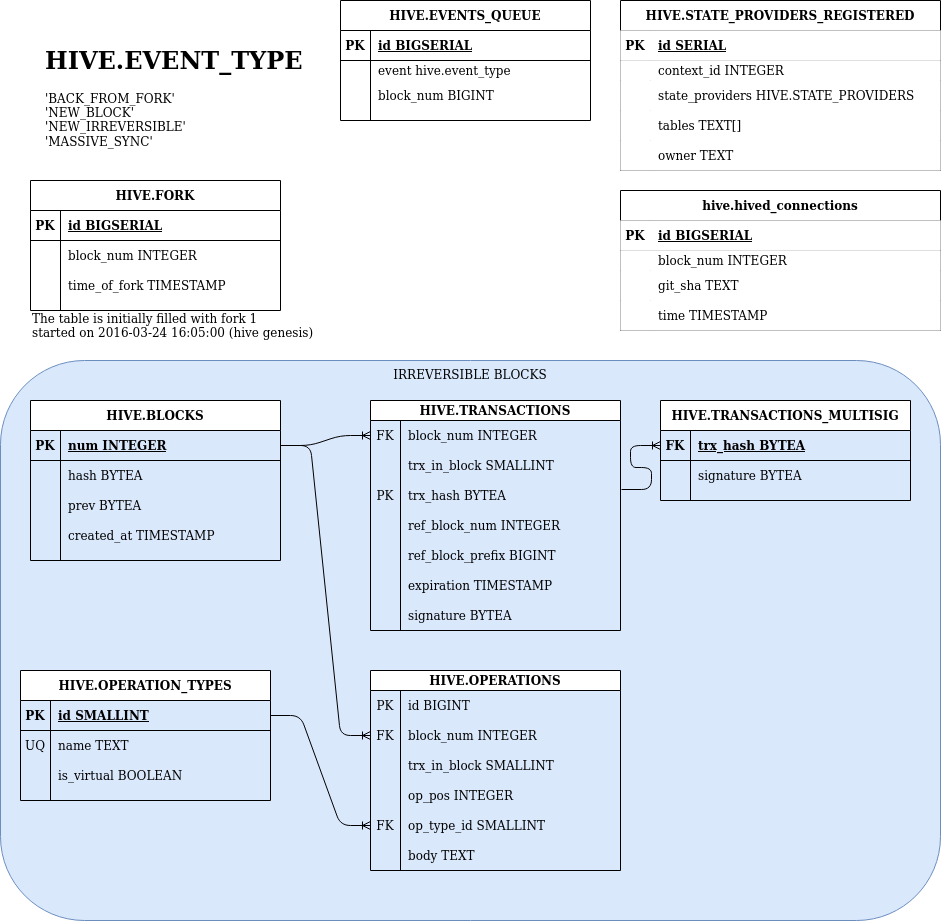
The draw.io diagram src/hive_fork_manager/doc/evq_fork_db.png in openhive-network/HAfAH, before a commit. Source tidied: cells renumbered, new cells last; positions are measured from the earlier drawing's top-left corner, leaving out a move shared by most shapes.
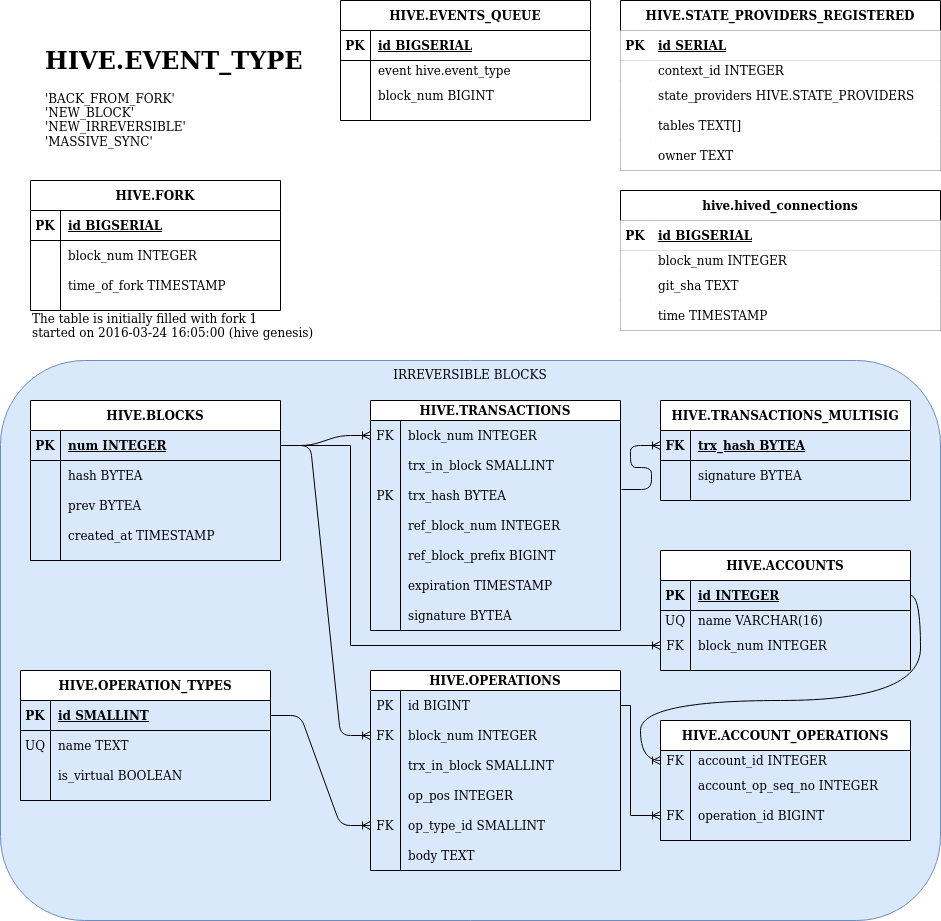
The same diagram one commit later.

What changed in the source:
```diff
@@ -383,5 +383,90 @@
     <mxCell id="128" value="time TIMESTAMP" style="shape=partialRectangle;overflow=hidden;fillColor=default;top=0;left=0;bottom=0;right=0;align=left;spacingLeft=6;fontColor=default;strokeColor=default;" parent="126" vertex="1">
       <mxGeometry x="30" width="290" height="30" as="geometry" />
     </mxCell>
+    <mxCell id="129" value="HIVE.ACCOUNTS" style="shape=table;startSize=30;rowLines=0;fontStyle=1;align=center;" parent="1" vertex="1">
+      <mxGeometry x="660" y="550" width="250" height="120" as="geometry" />
+    </mxCell>
+    <mxCell id="130" style="shape=partialRectangle;fillColor=none;points=[[0,0.5],[1,0.5]];portConstraint=eastwest;top=0;left=0;right=0;bottom=1;" parent="129" vertex="1">
+      <mxGeometry y="30" width="250" height="30" as="geometry" />
+    </mxCell>
+    <mxCell id="131" value="PK" style="shape=partialRectangle;overflow=hidden;fillColor=none;top=0;left=0;bottom=0;right=0;fontStyle=1;" parent="130" vertex="1">
+      <mxGeometry width="30" height="30" as="geometry" />
+    </mxCell>
+    <mxCell id="132" value="id INTEGER" style="shape=partialRectangle;overflow=hidden;fillColor=none;top=0;left=0;bottom=0;right=0;align=left;spacingLeft=6;fontStyle=5;" parent="130" vertex="1">
+      <mxGeometry x="30" width="220" height="30" as="geometry" />
+    </mxCell>
+    <mxCell id="133" style="shape=partialRectangle;fillColor=none;top=0;left=0;right=0;bottom=0;" parent="129" vertex="1">
+      <mxGeometry y="60" width="250" height="20" as="geometry" />
+    </mxCell>
+    <mxCell id="134" value="UQ" style="shape=partialRectangle;overflow=hidden;fillColor=none;top=0;left=0;bottom=0;right=0;" parent="133" vertex="1">
+      <mxGeometry width="30" height="20" as="geometry" />
+    </mxCell>
+    <mxCell id="135" value="name VARCHAR(16)" style="shape=partialRectangle;overflow=hidden;fillColor=none;top=0;left=0;bottom=0;right=0;align=left;spacingLeft=6;" parent="133" vertex="1">
+      <mxGeometry x="30" width="220" height="20" as="geometry" />
+    </mxCell>
+    <mxCell id="136" style="shape=partialRectangle;fillColor=none;points=[[0,0.5],[1,0.5]];portConstraint=eastwest;top=0;left=0;right=0;bottom=0;" parent="129" vertex="1">
+      <mxGeometry y="80" width="250" height="30" as="geometry" />
+    </mxCell>
+    <mxCell id="137" value="FK" style="shape=partialRectangle;overflow=hidden;fillColor=none;top=0;left=0;bottom=0;right=0;" parent="136" vertex="1">
+      <mxGeometry width="30" height="30" as="geometry" />
+    </mxCell>
+    <mxCell id="138" value="block_num INTEGER" style="shape=partialRectangle;overflow=hidden;fillColor=none;top=0;left=0;bottom=0;right=0;align=left;spacingLeft=6;" parent="136" vertex="1">
+      <mxGeometry x="30" width="220" height="30" as="geometry" />
+    </mxCell>
+    <mxCell id="139" style="edgeStyle=orthogonalEdgeStyle;fontSize=12;html=1;endArrow=ERoneToMany;rounded=0;exitX=1;exitY=0.5;exitDx=0;exitDy=0;entryX=0;entryY=0.5;entryDx=0;entryDy=0;elbow=vertical;" parent="1" edge="1" source="26" target="136">
+      <mxGeometry relative="1" as="geometry">
+        <Array as="points">
+          <mxPoint x="350" y="445" />
+          <mxPoint x="350" y="645" />
+        </Array>
+      </mxGeometry>
+    </mxCell>
+    <mxCell id="140" value="HIVE.ACCOUNT_OPERATIONS" style="shape=table;startSize=30;rowLines=0;fontStyle=1;align=center;" parent="1" vertex="1">
+      <mxGeometry x="660" y="720" width="250" height="120" as="geometry" />
+    </mxCell>
+    <mxCell id="141" style="shape=partialRectangle;fillColor=none;points=[[0,0.5],[1,0.5]];portConstraint=eastwest;top=0;left=0;right=0;bottom=0;" parent="140" vertex="1">
+      <mxGeometry y="30" width="250" height="20" as="geometry" />
+    </mxCell>
+    <mxCell id="142" value="FK" style="shape=partialRectangle;overflow=hidden;fillColor=none;top=0;left=0;bottom=0;right=0;" parent="141" vertex="1">
+      <mxGeometry width="30" height="20" as="geometry" />
+    </mxCell>
+    <mxCell id="143" value="account_id INTEGER" style="shape=partialRectangle;overflow=hidden;fillColor=none;top=0;left=0;bottom=0;right=0;align=left;spacingLeft=6;" parent="141" vertex="1">
+      <mxGeometry x="30" width="220" height="20" as="geometry" />
+    </mxCell>
+    <mxCell id="144" style="shape=partialRectangle;fillColor=none;top=0;left=0;right=0;bottom=0;" parent="140" vertex="1">
+      <mxGeometry y="50" width="250" height="30" as="geometry" />
+    </mxCell>
+    <mxCell id="145" style="shape=partialRectangle;overflow=hidden;fillColor=none;top=0;left=0;bottom=0;right=0;" parent="144" vertex="1">
+      <mxGeometry width="30" height="30" as="geometry" />
+    </mxCell>
+    <mxCell id="146" value="account_op_seq_no INTEGER" style="shape=partialRectangle;overflow=hidden;fillColor=none;top=0;left=0;bottom=0;right=0;align=left;spacingLeft=6;" parent="144" vertex="1">
+      <mxGeometry x="30" width="220" height="30" as="geometry" />
+    </mxCell>
+    <mxCell id="147" style="shape=partialRectangle;fillColor=none;points=[[0,0.5],[1,0.5]];portConstraint=eastwest;top=0;left=0;right=0;bottom=0;" parent="140" vertex="1">
+      <mxGeometry y="80" width="250" height="30" as="geometry" />
+    </mxCell>
+    <mxCell id="148" value="FK" style="shape=partialRectangle;overflow=hidden;fillColor=none;top=0;left=0;bottom=0;right=0;" parent="147" vertex="1">
+      <mxGeometry width="30" height="30" as="geometry" />
+    </mxCell>
+    <mxCell id="149" value="operation_id BIGINT" style="shape=partialRectangle;overflow=hidden;fillColor=none;top=0;left=0;bottom=0;right=0;align=left;spacingLeft=6;" parent="147" vertex="1">
+      <mxGeometry x="30" width="220" height="30" as="geometry" />
+    </mxCell>
+    <mxCell id="150" style="edgeStyle=elbowEdgeStyle;fontSize=12;html=1;endArrow=ERoneToMany;rounded=0;exitX=1;exitY=0.5;exitDx=0;exitDy=0;entryX=0;entryY=0.5;entryDx=0;entryDy=0;" parent="1" edge="1" source="62" target="147">
+      <mxGeometry relative="1" as="geometry">
+        <Array as="points">
+          <mxPoint x="630" y="750" />
+        </Array>
+      </mxGeometry>
+    </mxCell>
+    <mxCell id="151" style="edgeStyle=orthogonalEdgeStyle;fontSize=12;html=1;endArrow=ERoneToMany;rounded=0;entryX=0;entryY=0.5;entryDx=0;entryDy=0;exitX=1;exitY=0.5;exitDx=0;exitDy=0;elbow=vertical;curved=1;" parent="1" edge="1" source="130" target="141">
+      <mxGeometry relative="1" as="geometry">
+        <Array as="points">
+          <mxPoint x="920" y="595" />
+          <mxPoint x="920" y="700" />
+          <mxPoint x="640" y="700" />
+          <mxPoint x="640" y="760" />
+        </Array>
+      </mxGeometry>
+    </mxCell>
   </root>
 </mxGraphModel>
```
